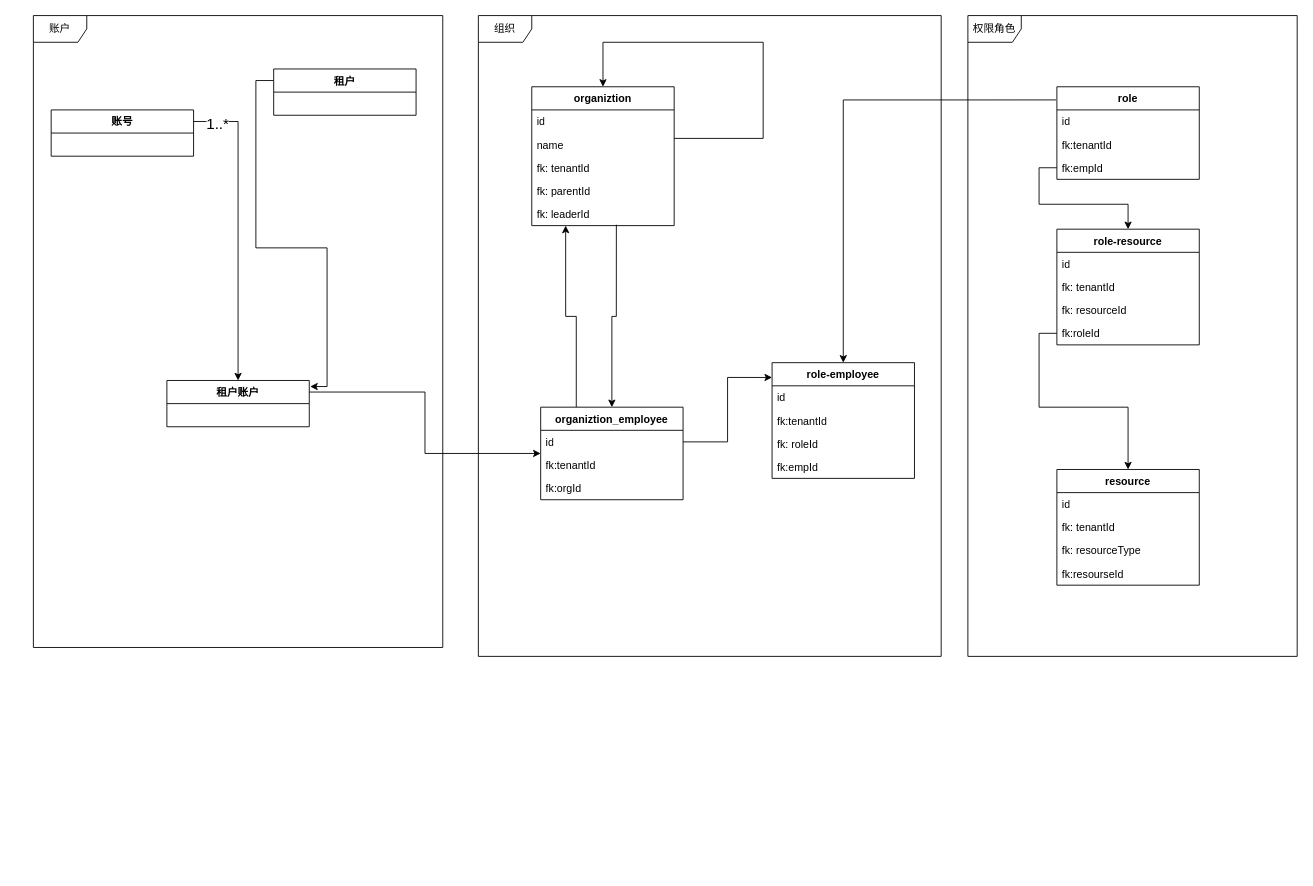
Earlier version of the draw.io diagram 未命名绘图.drawio (githubli97/ark). Source tidied: cells renumbered, new cells numbered last; positions are measured from the earlier drawing's top-left corner, leaving out a move shared by most shapes. Both pictures are drawn from the tidied source at 89%, with x=0, y=0 at pixel (33, 15).
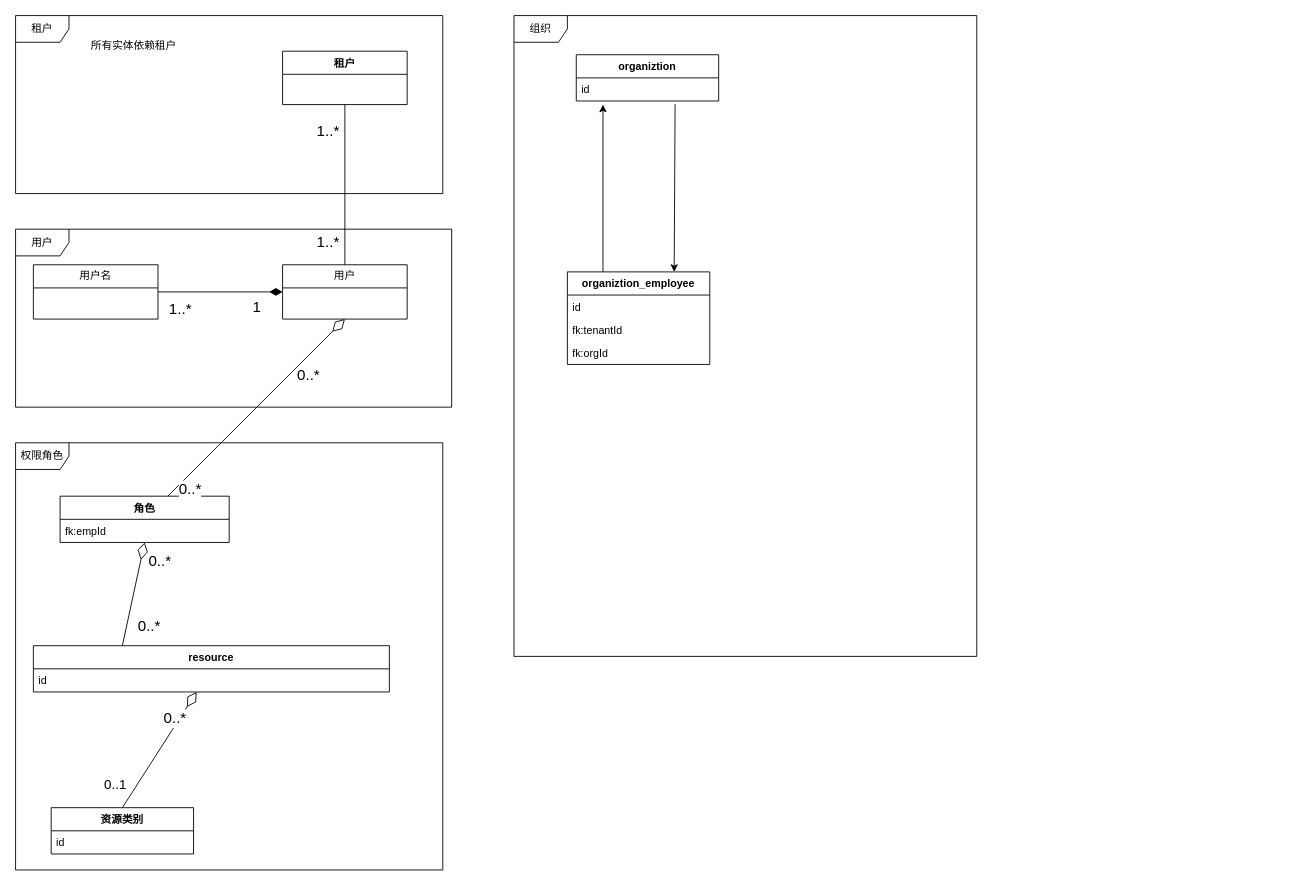
Above is the later version.

Commit message:
更新未命名绘图.drawio

The change refers to these unchanged cells:
```xml
<mxCell id="5" value="id" style="text;strokeColor=none;fillColor=none;align=left;verticalAlign=top;spacingLeft=4;spacingRight=4;overflow=hidden;points=[[0,0.5],[1,0.5]];portConstraint=eastwest;whiteSpace=wrap;html=1;" parent="4" vertex="1">
  <mxGeometry y="26" width="160" height="26" as="geometry" />
</mxCell>
<mxCell id="12" value="id" style="text;strokeColor=none;fillColor=none;align=left;verticalAlign=top;spacingLeft=4;spacingRight=4;overflow=hidden;points=[[0,0.5],[1,0.5]];portConstraint=eastwest;whiteSpace=wrap;html=1;" parent="11" vertex="1">
  <mxGeometry y="26" width="160" height="26" as="geometry" />
</mxCell>
```

The edit, as a diff of the source:
```diff
@@
-    <mxCell id="2" value="账号" style="swimlane;fontStyle=1;align=center;verticalAlign=top;horizontal=1;startSize=26;whiteSpace=wrap;html=1;" parent="1" vertex="1">
-      <mxGeometry x="20" y="106" width="160" height="52" as="geometry" />
-    </mxCell>
-    <mxCell id="3" style="edgeStyle=orthogonalEdgeStyle;rounded=0;jettySize=auto;html=1;exitX=0.25;exitY=0;exitDx=0;exitDy=0;entryX=0.238;entryY=1;entryDx=0;entryDy=0;entryPerimeter=0;" parent="1" edge="1" source="4" target="17">
-      <mxGeometry relative="1" as="geometry" />
+    <mxCell id="3" style="rounded=0;jettySize=auto;html=1;exitX=0.25;exitY=0;exitDx=0;exitDy=0;" parent="1" edge="1" source="4">
+      <mxGeometry relative="1" as="geometry">
+        <mxPoint x="640" y="100" as="targetPoint" />
+      </mxGeometry>
     </mxCell>
     <mxCell id="4" value="organiztion_employee" style="swimlane;fontStyle=1;align=center;verticalAlign=top;horizontal=1;startSize=26;whiteSpace=wrap;html=1;" parent="1" vertex="1">
-      <mxGeometry x="570" y="440" width="160" height="104" as="geometry" />
+      <mxGeometry x="600" y="288" width="160" height="104" as="geometry" />
     </mxCell>
@@
-    <mxCell id="8" style="edgeStyle=orthogonalEdgeStyle;rounded=0;jettySize=auto;html=1;exitX=0;exitY=0.25;exitDx=0;exitDy=0;entryX=1.006;entryY=0.131;entryDx=0;entryDy=0;entryPerimeter=0;" parent="1" edge="1" source="9" target="44">
-      <mxGeometry relative="1" as="geometry" />
-    </mxCell>
     <mxCell id="9" value="租户" style="swimlane;fontStyle=1;align=center;verticalAlign=top;horizontal=1;startSize=26;whiteSpace=wrap;html=1;" parent="1" vertex="1">
-      <mxGeometry x="270" y="60" width="160" height="52" as="geometry" />
+      <mxGeometry x="280" y="40" width="140" height="60" as="geometry" />
     </mxCell>
-    <mxCell id="10" style="edgeStyle=orthogonalEdgeStyle;rounded=0;jettySize=auto;html=1;exitX=0.594;exitY=0.962;exitDx=0;exitDy=0;exitPerimeter=0;" parent="1" edge="1" source="17" target="4">
+    <mxCell id="10" style="rounded=0;jettySize=auto;html=1;exitX=0.694;exitY=1.138;exitDx=0;exitDy=0;exitPerimeter=0;entryX=0.75;entryY=0;entryDx=0;entryDy=0;" parent="1" edge="1" source="12" target="4">
       <mxGeometry relative="1" as="geometry" />
     </mxCell>
     <mxCell id="11" value="organiztion" style="swimlane;fontStyle=1;align=center;verticalAlign=top;horizontal=1;startSize=26;whiteSpace=wrap;html=1;" parent="1" vertex="1">
-      <mxGeometry x="560" y="80" width="160" height="156" as="geometry" />
+      <mxGeometry x="610" y="44" width="160" height="52" as="geometry" />
     </mxCell>
@@
-    <mxCell id="13" value="name" style="text;strokeColor=none;fillColor=none;align=left;verticalAlign=top;spacingLeft=4;spacingRight=4;overflow=hidden;points=[[0,0.5],[1,0.5]];portConstraint=eastwest;whiteSpace=wrap;html=1;" parent="11" vertex="1">
-      <mxGeometry y="52" width="160" height="26" as="geometry" />
-    </mxCell>
-    <mxCell id="14" style="edgeStyle=orthogonalEdgeStyle;rounded=0;jettySize=auto;html=1;exitX=1;exitY=0.231;exitDx=0;exitDy=0;entryX=0.5;entryY=0;entryDx=0;entryDy=0;exitPerimeter=0;" parent="11" edge="1" source="13" target="11">
-      <mxGeometry relative="1" as="geometry">
-        <Array as="points">
-          <mxPoint x="260" y="58" />
-          <mxPoint x="260" y="-50" />
-          <mxPoint x="80" y="-50" />
-        </Array>
-      </mxGeometry>
-    </mxCell>
-    <mxCell id="15" value="fk: tenantId" style="text;strokeColor=none;fillColor=none;align=left;verticalAlign=top;spacingLeft=4;spacingRight=4;overflow=hidden;whiteSpace=wrap;html=1;" parent="11" vertex="1">
-      <mxGeometry y="78" width="160" height="26" as="geometry" />
-    </mxCell>
-    <mxCell id="16" value="fk: parentId" style="text;strokeColor=none;fillColor=none;align=left;verticalAlign=top;spacingLeft=4;spacingRight=4;overflow=hidden;whiteSpace=wrap;html=1;" parent="11" vertex="1">
-      <mxGeometry y="104" width="160" height="26" as="geometry" />
-    </mxCell>
-    <mxCell id="17" value="fk: leaderId" style="text;strokeColor=none;fillColor=none;align=left;verticalAlign=top;spacingLeft=4;spacingRight=4;overflow=hidden;points=[[0,0.5],[1,0.5]];portConstraint=eastwest;whiteSpace=wrap;html=1;" parent="11" vertex="1">
-      <mxGeometry y="130" width="160" height="26" as="geometry" />
-    </mxCell>
-    <mxCell id="18" value="role" style="swimlane;fontStyle=1;align=center;verticalAlign=top;horizontal=1;startSize=26;whiteSpace=wrap;html=1;" parent="1" vertex="1">
-      <mxGeometry x="1150" y="80" width="160" height="104" as="geometry" />
-    </mxCell>
-    <mxCell id="19" value="id" style="text;strokeColor=none;fillColor=none;align=left;verticalAlign=top;spacingLeft=4;spacingRight=4;overflow=hidden;whiteSpace=wrap;html=1;" parent="18" vertex="1">
-      <mxGeometry y="26" width="160" height="26" as="geometry" />
-    </mxCell>
-    <mxCell id="20" value="fk:tenantId" style="text;strokeColor=none;fillColor=none;align=left;verticalAlign=top;spacingLeft=4;spacingRight=4;overflow=hidden;whiteSpace=wrap;html=1;" parent="18" vertex="1">
-      <mxGeometry y="52" width="160" height="26" as="geometry" />
-    </mxCell>
-    <mxCell id="21" value="fk:empId" style="text;strokeColor=none;fillColor=none;align=left;verticalAlign=top;spacingLeft=4;spacingRight=4;overflow=hidden;points=[[0,0.5],[1,0.5]];portConstraint=eastwest;whiteSpace=wrap;html=1;" parent="18" vertex="1">
-      <mxGeometry y="78" width="160" height="26" as="geometry" />
-    </mxCell>
-    <mxCell id="22" value="resource" style="swimlane;fontStyle=1;align=center;verticalAlign=top;horizontal=1;startSize=26;whiteSpace=wrap;html=1;" parent="1" vertex="1">
-      <mxGeometry x="1150" y="510" width="160" height="130" as="geometry" />
-    </mxCell>
-    <mxCell id="23" value="id" style="text;strokeColor=none;fillColor=none;align=left;verticalAlign=top;spacingLeft=4;spacingRight=4;overflow=hidden;whiteSpace=wrap;html=1;" parent="22" vertex="1">
-      <mxGeometry y="26" width="160" height="26" as="geometry" />
-    </mxCell>
-    <mxCell id="24" value="fk: tenantId" style="text;strokeColor=none;fillColor=none;align=left;verticalAlign=top;spacingLeft=4;spacingRight=4;overflow=hidden;whiteSpace=wrap;html=1;" parent="22" vertex="1">
-      <mxGeometry y="52" width="160" height="26" as="geometry" />
-    </mxCell>
-    <mxCell id="25" value="fk: resourceType" style="text;strokeColor=none;fillColor=none;align=left;verticalAlign=top;spacingLeft=4;spacingRight=4;overflow=hidden;whiteSpace=wrap;html=1;" parent="22" vertex="1">
-      <mxGeometry y="78" width="160" height="26" as="geometry" />
-    </mxCell>
-    <mxCell id="26" value="fk:resourseId" style="text;strokeColor=none;fillColor=none;align=left;verticalAlign=top;spacingLeft=4;spacingRight=4;overflow=hidden;whiteSpace=wrap;html=1;" parent="22" vertex="1">
-      <mxGeometry y="104" width="160" height="26" as="geometry" />
-    </mxCell>
-    <mxCell id="27" value="role-resource" style="swimlane;fontStyle=1;align=center;verticalAlign=top;horizontal=1;startSize=26;whiteSpace=wrap;html=1;" parent="1" vertex="1">
-      <mxGeometry x="1150" y="240" width="160" height="130" as="geometry" />
-    </mxCell>
-    <mxCell id="28" value="id" style="text;strokeColor=none;fillColor=none;align=left;verticalAlign=top;spacingLeft=4;spacingRight=4;overflow=hidden;whiteSpace=wrap;html=1;" parent="27" vertex="1">
-      <mxGeometry y="26" width="160" height="26" as="geometry" />
-    </mxCell>
-    <mxCell id="29" value="fk: tenantId" style="text;strokeColor=none;fillColor=none;align=left;verticalAlign=top;spacingLeft=4;spacingRight=4;overflow=hidden;whiteSpace=wrap;html=1;" parent="27" vertex="1">
-      <mxGeometry y="52" width="160" height="26" as="geometry" />
-    </mxCell>
-    <mxCell id="30" value="fk: resourceId" style="text;strokeColor=none;fillColor=none;align=left;verticalAlign=top;spacingLeft=4;spacingRight=4;overflow=hidden;whiteSpace=wrap;html=1;" parent="27" vertex="1">
-      <mxGeometry y="78" width="160" height="26" as="geometry" />
-    </mxCell>
-    <mxCell id="31" value="fk:roleId" style="text;strokeColor=none;fillColor=none;align=left;verticalAlign=top;spacingLeft=4;spacingRight=4;overflow=hidden;points=[[0,0.5],[1,0.5]];portConstraint=eastwest;whiteSpace=wrap;html=1;" parent="27" vertex="1">
-      <mxGeometry y="104" width="160" height="26" as="geometry" />
-    </mxCell>
-    <mxCell id="32" value="role-employee" style="swimlane;fontStyle=1;align=center;verticalAlign=top;horizontal=1;startSize=26;whiteSpace=wrap;html=1;" parent="1" vertex="1">
-      <mxGeometry x="830" y="390" width="160" height="130" as="geometry" />
-    </mxCell>
-    <mxCell id="33" value="id" style="text;strokeColor=none;fillColor=none;align=left;verticalAlign=top;spacingLeft=4;spacingRight=4;overflow=hidden;whiteSpace=wrap;html=1;" parent="32" vertex="1">
-      <mxGeometry y="26" width="160" height="26" as="geometry" />
-    </mxCell>
-    <mxCell id="34" value="fk:tenantId" style="text;strokeColor=none;fillColor=none;align=left;verticalAlign=top;spacingLeft=4;spacingRight=4;overflow=hidden;whiteSpace=wrap;html=1;" parent="32" vertex="1">
-      <mxGeometry y="52" width="160" height="26" as="geometry" />
-    </mxCell>
-    <mxCell id="35" value="fk: roleId" style="text;strokeColor=none;fillColor=none;align=left;verticalAlign=top;spacingLeft=4;spacingRight=4;overflow=hidden;whiteSpace=wrap;html=1;" parent="32" vertex="1">
-      <mxGeometry y="78" width="160" height="26" as="geometry" />
-    </mxCell>
-    <mxCell id="36" value="fk:empId" style="text;strokeColor=none;fillColor=none;align=left;verticalAlign=top;spacingLeft=4;spacingRight=4;overflow=hidden;whiteSpace=wrap;html=1;" parent="32" vertex="1">
-      <mxGeometry y="104" width="160" height="26" as="geometry" />
-    </mxCell>
-    <mxCell id="37" style="edgeStyle=orthogonalEdgeStyle;rounded=0;jettySize=auto;html=1;exitX=-0.006;exitY=0.142;exitDx=0;exitDy=0;exitPerimeter=0;" parent="1" edge="1" source="18" target="32">
-      <mxGeometry relative="1" as="geometry" />
-    </mxCell>
-    <mxCell id="38" style="edgeStyle=orthogonalEdgeStyle;rounded=0;jettySize=auto;html=1;exitX=1;exitY=0.5;exitDx=0;exitDy=0;entryX=0;entryY=0.128;entryDx=0;entryDy=0;entryPerimeter=0;" parent="1" edge="1" source="5" target="32">
-      <mxGeometry relative="1" as="geometry" />
-    </mxCell>
-    <mxCell id="39" value="账户" style="shape=umlFrame;whiteSpace=wrap;html=1;" parent="1" vertex="1">
-      <mxGeometry width="460" height="710" as="geometry" />
+    <mxCell id="39" value="租户" style="shape=umlFrame;whiteSpace=wrap;html=1;" parent="1" vertex="1">
+      <mxGeometry x="-20" width="480" height="200" as="geometry" />
     </mxCell>
     <mxCell id="40" value="组织" style="shape=umlFrame;whiteSpace=wrap;html=1;" parent="1" vertex="1">
-      <mxGeometry x="500" width="520" height="720" as="geometry" />
+      <mxGeometry x="540" width="520" height="720" as="geometry" />
     </mxCell>
-    <mxCell id="41" style="edgeStyle=orthogonalEdgeStyle;rounded=0;jettySize=auto;html=1;exitX=0;exitY=0.5;exitDx=0;exitDy=0;entryX=0.5;entryY=0;entryDx=0;entryDy=0;" parent="1" edge="1" source="21" target="27">
-      <mxGeometry relative="1" as="geometry" />
-    </mxCell>
-    <mxCell id="42" style="edgeStyle=orthogonalEdgeStyle;rounded=0;jettySize=auto;html=1;exitX=0;exitY=0.5;exitDx=0;exitDy=0;" parent="1" edge="1" source="31" target="22">
-      <mxGeometry relative="1" as="geometry" />
-    </mxCell>
+    <mxCell id="48" value="&lt;h1&gt;&lt;span style=&quot;background-color: initial; font-size: 12px; font-weight: normal;&quot;&gt;所有实体依赖租户&lt;/span&gt;&lt;br&gt;&lt;/h1&gt;" style="text;html=1;strokeColor=none;fillColor=none;spacing=5;spacingTop=-20;whiteSpace=wrap;overflow=hidden;rounded=0;" parent="1" vertex="1">
+      <mxGeometry x="60" y="10" width="190" height="120" as="geometry" />
+    </mxCell>
+    <mxCell id="49" value="用户" style="shape=umlFrame;whiteSpace=wrap;html=1;" parent="1" vertex="1">
+      <mxGeometry x="-20" y="240" width="490" height="200" as="geometry" />
+    </mxCell>
+    <mxCell id="50" value="用户名" style="swimlane;fontStyle=0;horizontal=1;startSize=26;fillColor=none;whiteSpace=wrap;html=1;" parent="1" vertex="1">
+      <mxGeometry y="280" width="140" height="61" as="geometry" />
+    </mxCell>
+    <mxCell id="51" style="rounded=0;jettySize=auto;html=1;exitX=0.5;exitY=0;exitDx=0;exitDy=0;endArrow=none;endFill=0;startArrow=none;startFill=0;strokeWidth=1;targetPerimeterSpacing=0;endSize=12;startSize=12;entryX=0.5;entryY=1;entryDx=0;entryDy=0;" parent="1" edge="1" source="57" target="9">
+      <mxGeometry relative="1" as="geometry" />
+    </mxCell>
+    <mxCell id="52" value="&lt;font style=&quot;font-size: 17px;&quot;&gt;1..*&lt;/font&gt;" style="edgeLabel;html=1;align=center;verticalAlign=middle;" parent="51" vertex="1">
+      <mxGeometry x="0.74" y="3" relative="1" as="geometry">
+        <mxPoint x="-17" y="7" as="offset" />
+      </mxGeometry>
+    </mxCell>
+    <mxCell id="53" value="&lt;font style=&quot;font-size: 17px;&quot;&gt;1..*&lt;/font&gt;" style="edgeLabel;html=1;align=center;verticalAlign=middle;" parent="51" vertex="1">
+      <mxGeometry x="-0.71" y="1" relative="1" as="geometry">
+        <mxPoint x="-19" as="offset" />
+      </mxGeometry>
+    </mxCell>
+    <mxCell id="54" style="rounded=0;jettySize=auto;html=1;exitX=0;exitY=0.5;exitDx=0;exitDy=0;entryX=1;entryY=0.5;entryDx=0;entryDy=0;startArrow=diamondThin;startFill=1;endSize=12;startSize=12;endArrow=none;endFill=0;" parent="1" edge="1" source="57" target="50">
+      <mxGeometry relative="1" as="geometry" />
+    </mxCell>
+    <mxCell id="55" value="&lt;font style=&quot;font-size: 17px;&quot;&gt;1&lt;/font&gt;" style="edgeLabel;html=1;align=center;verticalAlign=middle;" parent="54" vertex="1">
+      <mxGeometry x="-0.64" y="-2" relative="1" as="geometry">
+        <mxPoint x="-5" y="19" as="offset" />
+      </mxGeometry>
+    </mxCell>
+    <mxCell id="56" value="&lt;font style=&quot;font-size: 17px;&quot;&gt;1..*&lt;/font&gt;" style="edgeLabel;html=1;align=center;verticalAlign=middle;" parent="54" vertex="1">
+      <mxGeometry x="0.66" y="-4" relative="1" as="geometry">
+        <mxPoint y="24" as="offset" />
+      </mxGeometry>
+    </mxCell>
+    <mxCell id="57" value="用户" style="swimlane;fontStyle=0;horizontal=1;startSize=26;fillColor=none;whiteSpace=wrap;html=1;" parent="1" vertex="1">
+      <mxGeometry x="280" y="280" width="140" height="61" as="geometry" />
+    </mxCell>
+    <mxCell id="58" value="角色" style="swimlane;fontStyle=1;align=center;verticalAlign=top;horizontal=1;startSize=26;whiteSpace=wrap;html=1;" parent="1" vertex="1">
+      <mxGeometry x="30" y="540" width="190" height="52" as="geometry" />
+    </mxCell>
+    <mxCell id="59" value="fk:empId" style="text;strokeColor=none;fillColor=none;align=left;verticalAlign=top;spacingLeft=4;spacingRight=4;overflow=hidden;points=[[0,0.5],[1,0.5]];portConstraint=eastwest;whiteSpace=wrap;html=1;" parent="58" vertex="1">
+      <mxGeometry y="26" width="190" height="26" as="geometry" />
+    </mxCell>
+    <mxCell id="60" style="rounded=0;jettySize=auto;html=1;exitX=0.25;exitY=0;exitDx=0;exitDy=0;entryX=0.5;entryY=1;entryDx=0;entryDy=0;entryPerimeter=0;endArrow=diamondThin;endFill=0;startSize=17;endSize=17;" parent="1" edge="1" source="22" target="59">
+      <mxGeometry relative="1" as="geometry" />
+    </mxCell>
+    <mxCell id="61" value="&lt;font style=&quot;font-size: 17px;&quot;&gt;0..*&lt;/font&gt;" style="edgeLabel;html=1;align=center;verticalAlign=middle;" parent="60" vertex="1">
+      <mxGeometry x="0.63" y="-2" relative="1" as="geometry">
+        <mxPoint x="19" as="offset" />
+      </mxGeometry>
+    </mxCell>
+    <mxCell id="62" value="&lt;font style=&quot;font-size: 17px;&quot;&gt;0..*&lt;/font&gt;" style="edgeLabel;html=1;align=center;verticalAlign=middle;" parent="60" vertex="1">
+      <mxGeometry x="-0.61" y="-3" relative="1" as="geometry">
+        <mxPoint x="22" as="offset" />
+      </mxGeometry>
+    </mxCell>
+    <mxCell id="22" value="resource" style="swimlane;fontStyle=1;align=center;verticalAlign=top;horizontal=1;startSize=26;whiteSpace=wrap;html=1;" parent="1" vertex="1">
+      <mxGeometry y="708" width="400" height="52" as="geometry" />
+    </mxCell>
+    <mxCell id="63" value="id" style="text;strokeColor=none;fillColor=none;align=left;verticalAlign=top;spacingLeft=4;spacingRight=4;overflow=hidden;whiteSpace=wrap;html=1;" parent="22" vertex="1">
+      <mxGeometry y="26" width="400" height="26" as="geometry" />
+    </mxCell>
     <mxCell id="43" value="权限角色" style="shape=umlFrame;whiteSpace=wrap;html=1;" parent="1" vertex="1">
-      <mxGeometry x="1050" width="370" height="720" as="geometry" />
+      <mxGeometry x="-20" y="480" width="480" height="480" as="geometry" />
     </mxCell>
-    <mxCell id="44" value="租户账户" style="swimlane;fontStyle=1;align=center;verticalAlign=top;horizontal=1;startSize=26;whiteSpace=wrap;html=1;" parent="1" vertex="1">
-      <mxGeometry x="150" y="410" width="160" height="52" as="geometry" />
-    </mxCell>
-    <mxCell id="45" style="edgeStyle=orthogonalEdgeStyle;rounded=0;jettySize=auto;html=1;exitX=1;exitY=0.25;exitDx=0;exitDy=0;" parent="1" edge="1" source="2" target="44">
-      <mxGeometry relative="1" as="geometry" />
-    </mxCell>
-    <mxCell id="46" value="&lt;font style=&quot;font-size: 17px;&quot;&gt;1..*&lt;/font&gt;" style="edgeLabel;html=1;align=center;verticalAlign=middle;" parent="45" vertex="1">
-      <mxGeometry x="-0.93" y="-3" relative="1" as="geometry">
-        <mxPoint x="14" as="offset" />
-      </mxGeometry>
-    </mxCell>
-    <mxCell id="47" style="edgeStyle=orthogonalEdgeStyle;rounded=0;jettySize=auto;html=1;exitX=1;exitY=0.25;exitDx=0;exitDy=0;" parent="1" edge="1" source="44" target="4">
-      <mxGeometry relative="1" as="geometry" />
-    </mxCell>
+    <mxCell id="64" style="rounded=0;jettySize=auto;html=1;entryX=0.5;entryY=1;entryDx=0;entryDy=0;endArrow=diamondThin;endFill=0;strokeWidth=1;endSize=17;" parent="1" edge="1" source="58" target="57">
+      <mxGeometry relative="1" as="geometry" />
+    </mxCell>
+    <mxCell id="65" value="&lt;font style=&quot;font-size: 17px;&quot;&gt;0..*&lt;/font&gt;" style="edgeLabel;html=1;align=center;verticalAlign=middle;" parent="64" vertex="1">
+      <mxGeometry x="0.6" y="2" relative="1" as="geometry">
+        <mxPoint y="25" as="offset" />
+      </mxGeometry>
+    </mxCell>
+    <mxCell id="66" value="&lt;font style=&quot;font-size: 17px;&quot;&gt;0..*&lt;/font&gt;" style="edgeLabel;html=1;align=center;verticalAlign=middle;" parent="64" vertex="1">
+      <mxGeometry x="-0.71" y="2" relative="1" as="geometry">
+        <mxPoint x="-3" y="23" as="offset" />
+      </mxGeometry>
+    </mxCell>
+    <mxCell id="67" style="rounded=0;jettySize=auto;html=1;exitX=0.5;exitY=0;exitDx=0;exitDy=0;endArrow=diamondThin;endFill=0;endSize=17;" parent="1" edge="1" source="70" target="22">
+      <mxGeometry relative="1" as="geometry" />
+    </mxCell>
+    <mxCell id="68" value="&lt;font style=&quot;font-size: 17px;&quot;&gt;0..*&lt;/font&gt;" style="edgeLabel;html=1;align=center;verticalAlign=middle;" parent="67" vertex="1">
+      <mxGeometry x="0.83" y="3" relative="1" as="geometry">
+        <mxPoint x="-15" y="20" as="offset" />
+      </mxGeometry>
+    </mxCell>
+    <mxCell id="69" value="&lt;font style=&quot;font-size: 15px;&quot;&gt;0..1&lt;/font&gt;" style="edgeLabel;html=1;align=center;verticalAlign=middle;" parent="67" vertex="1">
+      <mxGeometry x="-0.71" y="3" relative="1" as="geometry">
+        <mxPoint x="-18" y="-7" as="offset" />
+      </mxGeometry>
+    </mxCell>
+    <mxCell id="70" value="资源类别" style="swimlane;fontStyle=1;align=center;verticalAlign=top;horizontal=1;startSize=26;whiteSpace=wrap;html=1;" parent="1" vertex="1">
+      <mxGeometry x="20" y="890" width="160" height="52" as="geometry" />
+    </mxCell>
+    <mxCell id="71" value="id" style="text;strokeColor=none;fillColor=none;align=left;verticalAlign=top;spacingLeft=4;spacingRight=4;overflow=hidden;whiteSpace=wrap;html=1;" parent="70" vertex="1">
+      <mxGeometry y="26" width="160" height="26" as="geometry" />
+    </mxCell>
```
